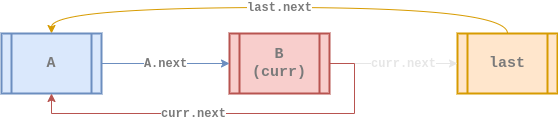
This is assets/data-structure/linked-list/cll-singly-remove-at2.png from euisblue/vue-blog, a draw.io export, as it was before one commit. Source tidied: cells renumbered, new cells last; positions are measured from the earlier drawing's top-left corner, leaving out a move shared by most shapes.
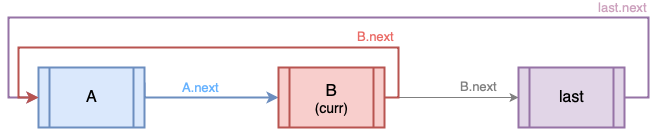
After the change.

What changed in the source:
```diff
@@ -2,35 +2,47 @@
   <root>
     <mxCell id="0" />
     <mxCell id="1" parent="0" />
-    <mxCell id="2" value="&lt;b style=&quot;color: rgb(0 , 0 , 0) ; font-size: 11px ; font-style: normal ; letter-spacing: normal ; text-align: center ; text-indent: 0px ; text-transform: none ; word-spacing: 0px ; font-family: &amp;#34;courier new&amp;#34;&quot;&gt;&lt;font color=&quot;#7a7a7a&quot; style=&quot;font-size: 12px&quot;&gt;last.next&lt;/font&gt;&lt;/b&gt;" style="edgeStyle=orthogonalEdgeStyle;rounded=0;jettySize=auto;html=1;exitX=0.5;exitY=0;exitDx=0;exitDy=0;entryX=0.5;entryY=0;entryDx=0;entryDy=0;strokeColor=#d79b00;curved=1;fillColor=#ffe6cc;" parent="1" edge="1" source="3" target="7">
-      <mxGeometry relative="1" as="geometry">
+    <mxCell id="2" value="&lt;font color=&quot;#66b2ff&quot; size=&quot;2&quot;&gt;&lt;span&gt;A.next&lt;/span&gt;&lt;/font&gt;" style="edgeStyle=orthogonalEdgeStyle;rounded=0;jettySize=auto;html=1;exitX=1;exitY=0.25;exitDx=0;exitDy=0;entryX=0;entryY=0.5;entryDx=0;entryDy=0;fillColor=#dae8fc;strokeColor=#6c8ebf;strokeWidth=2;labelBackgroundColor=none;labelBorderColor=none;fontFamily=Helvetica;" parent="1" edge="1" source="3" target="5">
+      <mxGeometry x="-0.04" y="10" relative="1" as="geometry">
         <Array as="points">
-          <mxPoint x="506" />
-          <mxPoint x="50" />
+          <mxPoint x="87" y="359" />
         </Array>
       </mxGeometry>
     </mxCell>
-    <mxCell id="3" value="&lt;b&gt;&lt;font style=&quot;font-size: 15px ; font-style: normal&quot; face=&quot;Courier New&quot; color=&quot;#7a7a7a&quot;&gt;last&lt;/font&gt;&lt;/b&gt;" style="shape=process;whiteSpace=wrap;html=1;backgroundOutline=1;fillColor=#ffe6cc;strokeColor=#d79b00;gradientDirection=east;strokeWidth=2;shadow=0;glass=0;sketch=0;fontStyle=2;" parent="1" vertex="1">
-      <mxGeometry x="456" y="26" width="100" height="60" as="geometry" />
+    <mxCell id="3" value="&lt;font&gt;&lt;font size=&quot;3&quot;&gt;A&lt;/font&gt;&lt;br&gt;&lt;/font&gt;" style="shape=process;whiteSpace=wrap;html=1;backgroundOutline=1;strokeWidth=2;fillColor=#dae8fc;strokeColor=#6c8ebf;fontStyle=0;fontFamily=Helvetica;fontSize=14;labelBackgroundColor=none;labelBorderColor=none;" parent="1" vertex="1">
+      <mxGeometry x="-19" y="329" width="106" height="60" as="geometry" />
     </mxCell>
-    <mxCell id="4" value="&lt;b style=&quot;font-size: 11px ; letter-spacing: normal ; text-align: center ; text-indent: 0px ; text-transform: none ; word-spacing: 0px ; font-family: &amp;#34;courier new&amp;#34;&quot;&gt;&lt;font style=&quot;font-size: 12px&quot; color=&quot;#e6e6e6&quot;&gt;curr.next&lt;/font&gt;&lt;/b&gt;" style="rounded=0;sketch=0;jettySize=auto;html=1;exitX=1;exitY=0.5;exitDx=0;exitDy=0;entryX=0;entryY=0.5;entryDx=0;entryDy=0;strokeWidth=1;fillColor=#f8cecc;fontStyle=0;strokeColor=#E6E6E6;" parent="1" edge="1" source="5" target="3">
-      <mxGeometry x="0.16" relative="1" as="geometry" />
+    <mxCell id="4" value="&lt;font style=&quot;font-size: 13px ; line-height: 95%&quot; color=&quot;#808080&quot;&gt;B.next&lt;/font&gt;" style="edgeStyle=orthogonalEdgeStyle;rounded=0;jettySize=auto;html=1;exitX=1;exitY=0.5;exitDx=0;exitDy=0;entryX=0;entryY=0.5;entryDx=0;entryDy=0;fillColor=#f8cecc;strokeWidth=1;labelBackgroundColor=none;labelBorderColor=none;fontFamily=Helvetica;align=center;strokeColor=#808080;" parent="1" edge="1" source="5" target="7">
+      <mxGeometry x="0.4" y="10" relative="1" as="geometry">
+        <Array as="points">
+          <mxPoint x="361" y="359" />
+          <mxPoint x="361" y="359" />
+        </Array>
+      </mxGeometry>
     </mxCell>
-    <mxCell id="5" value="&lt;div&gt;&lt;font color=&quot;#7a7a7a&quot; face=&quot;courier new&quot; style=&quot;font-size: 15px&quot;&gt;B&lt;/font&gt;&lt;/div&gt;&lt;div&gt;&lt;font color=&quot;#7a7a7a&quot; face=&quot;courier new&quot; style=&quot;font-size: 15px&quot;&gt;(curr)&lt;/font&gt;&lt;/div&gt;" style="shape=process;whiteSpace=wrap;html=1;backgroundOutline=1;fillColor=#f8cecc;strokeColor=#b85450;gradientDirection=east;strokeWidth=2;shadow=0;glass=0;align=center;sketch=0;fontStyle=1;" parent="1" vertex="1">
-      <mxGeometry x="228" y="26" width="100" height="60" as="geometry" />
+    <mxCell id="5" value="&lt;font&gt;&lt;font style=&quot;font-size: 17px&quot;&gt;B&lt;br&gt;&lt;/font&gt;(curr)&lt;br&gt;&lt;/font&gt;" style="shape=process;whiteSpace=wrap;html=1;backgroundOutline=1;strokeWidth=2;fillColor=#f8cecc;strokeColor=#b85450;fontStyle=0;fontFamily=Helvetica;fontSize=14;labelBackgroundColor=none;labelBorderColor=none;" parent="1" vertex="1">
+      <mxGeometry x="221" y="329" width="106" height="60" as="geometry" />
     </mxCell>
-    <mxCell id="6" value="&lt;font color=&quot;#7a7a7a&quot; face=&quot;courier new&quot;&gt;&lt;span style=&quot;font-size: 12px&quot;&gt;&lt;b&gt;A.next&lt;/b&gt;&lt;/span&gt;&lt;/font&gt;" style="edgeStyle=orthogonalEdgeStyle;curved=1;rounded=0;jettySize=auto;html=1;exitX=1;exitY=0.5;exitDx=0;exitDy=0;entryX=0;entryY=0.5;entryDx=0;entryDy=0;fillColor=#dae8fc;strokeColor=#6c8ebf;" parent="1" edge="1" source="7" target="5">
-      <mxGeometry relative="1" as="geometry" />
+    <mxCell id="6" value="&lt;font color=&quot;#cda2be&quot; face=&quot;helvetica&quot; size=&quot;2&quot;&gt;&lt;span&gt;last.next&lt;/span&gt;&lt;/font&gt;" style="edgeStyle=orthogonalEdgeStyle;rounded=0;jettySize=auto;html=1;exitX=1;exitY=0.5;exitDx=0;exitDy=0;labelBackgroundColor=none;strokeWidth=2;fontFamily=Helvetica;fontColor=#666666;align=center;fillColor=#e1d5e7;strokeColor=#9673a6;entryX=0;entryY=0.5;entryDx=0;entryDy=0;" parent="1" edge="1" source="7" target="3">
+      <mxGeometry x="-0.7" y="-10" relative="1" as="geometry">
+        <Array as="points">
+          <mxPoint x="591" y="359" />
+          <mxPoint x="591" y="279" />
+          <mxPoint x="-49" y="279" />
+          <mxPoint x="-49" y="359" />
+        </Array>
+      </mxGeometry>
     </mxCell>
-    <mxCell id="7" value="&lt;div&gt;&lt;font color=&quot;#7a7a7a&quot; face=&quot;courier new&quot;&gt;&lt;span style=&quot;font-size: 15px&quot;&gt;A&lt;/span&gt;&lt;/font&gt;&lt;/div&gt;" style="shape=process;whiteSpace=wrap;html=1;backgroundOutline=1;fillColor=#dae8fc;strokeColor=#6c8ebf;gradientDirection=east;strokeWidth=2;shadow=0;glass=0;align=center;sketch=0;fontStyle=1;" parent="1" vertex="1">
-      <mxGeometry y="26" width="100" height="60" as="geometry" />
+    <mxCell id="7" value="&lt;font&gt;&lt;font size=&quot;3&quot;&gt;last&lt;/font&gt;&lt;br&gt;&lt;/font&gt;" style="shape=process;whiteSpace=wrap;html=1;backgroundOutline=1;strokeWidth=2;fillColor=#e1d5e7;strokeColor=#9673a6;fontStyle=0;fontFamily=Helvetica;fontSize=14;labelBackgroundColor=none;labelBorderColor=none;" parent="1" vertex="1">
+      <mxGeometry x="461" y="329" width="106" height="60" as="geometry" />
     </mxCell>
-    <mxCell id="8" value="&lt;b style=&quot;font-size: 11px ; letter-spacing: normal ; text-align: center ; text-indent: 0px ; text-transform: none ; word-spacing: 0px ; font-family: &amp;#34;courier new&amp;#34;&quot;&gt;&lt;font style=&quot;font-size: 12px&quot; color=&quot;#7a7a7a&quot;&gt;curr.next&lt;/font&gt;&lt;/b&gt;" style="rounded=0;sketch=0;jettySize=auto;html=1;exitX=1;exitY=0.5;exitDx=0;exitDy=0;entryX=0.5;entryY=1;entryDx=0;entryDy=0;strokeColor=#b85450;strokeWidth=1;fillColor=#f8cecc;fontStyle=0;edgeStyle=orthogonalEdgeStyle;elbow=vertical;" parent="1" edge="1" source="5" target="7">
-      <mxGeometry x="0.19" relative="1" as="geometry">
+    <mxCell id="8" value="&lt;font color=&quot;#ea6b66&quot; style=&quot;font-size: 13px ; line-height: 95%&quot;&gt;B.next&lt;/font&gt;" style="edgeStyle=orthogonalEdgeStyle;rounded=0;jettySize=auto;html=1;exitX=1;exitY=0.5;exitDx=0;exitDy=0;entryX=0;entryY=0.5;entryDx=0;entryDy=0;fillColor=#f8cecc;strokeColor=#b85450;strokeWidth=2;labelBackgroundColor=none;labelBorderColor=none;fontFamily=Helvetica;align=center;" parent="1" edge="1" source="5" target="3">
+      <mxGeometry x="-0.66" y="-10" relative="1" as="geometry">
         <Array as="points">
-          <mxPoint x="353" y="56" />
-          <mxPoint x="353" y="106" />
-          <mxPoint x="50" y="106" />
+          <mxPoint x="341" y="359" />
+          <mxPoint x="341" y="309" />
+          <mxPoint x="-39" y="309" />
+          <mxPoint x="-39" y="359" />
         </Array>
       </mxGeometry>
     </mxCell>
```
